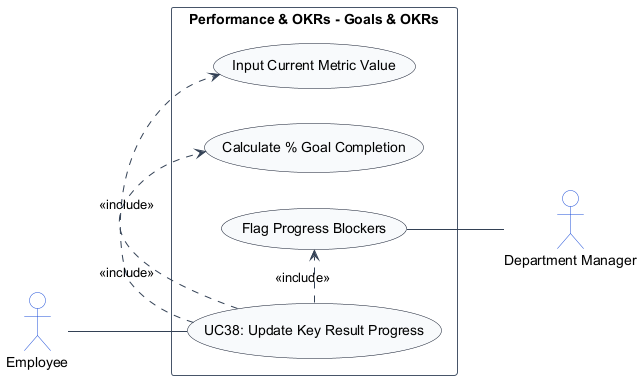
TamBui1706/HRPlatform keeps this PlantUML diagram as usecase_images/UC38.png. Above is the earlier version.
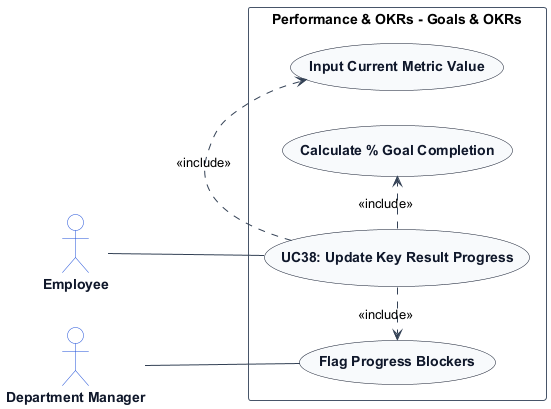
After the commit.

Change to the diagram source:
```diff
@@ -7,8 +7,14 @@
 skinparam ArrowColor #334155
 skinparam ActorBorderColor #1d4ed8
 skinparam ActorBackgroundColor #ffffff
+skinparam ActorFontColor #0f172a
+skinparam ActorFontStyle bold
+
 skinparam UsecaseBorderColor #0f172a
 skinparam UsecaseBackgroundColor #f8fafc
+skinparam UsecaseFontColor #0f172a
+skinparam UsecaseFontStyle bold
+
 skinparam RectangleBorderColor #475569
 skinparam RectangleBackgroundColor #ffffff
 
@@ -22,9 +28,9 @@
     usecase "Flag Progress Blockers" as UC_FlagBlock
 
     Employee -- UC_Main
+    DepartmentManager -- UC_FlagBlock
     UC_Main .> UC_InputVal : <<include>>
     UC_Main .> UC_CalcComp : <<include>>
     UC_Main .> UC_FlagBlock : <<include>>
-    UC_FlagBlock -- DepartmentManager
 }
 @enduml
```
